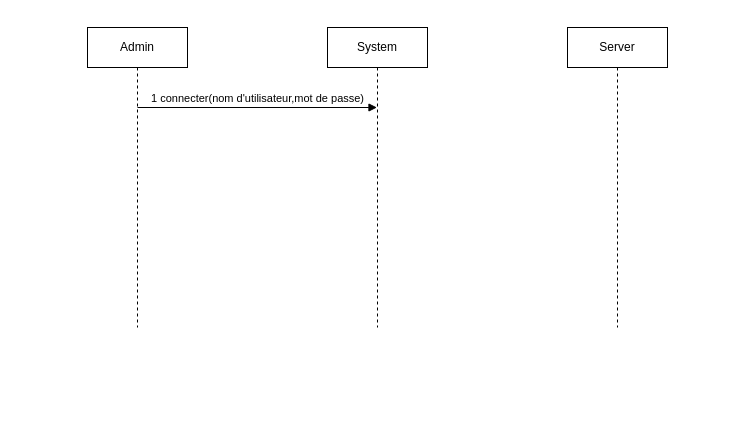
Earlier version of the draw.io diagram DiagramSequenceAuth2.drawio (hindCode/cnrst). Source tidied: cells renumbered, new cells numbered last; positions are measured from the earlier drawing's top-left corner, leaving out a move shared by most shapes. Both pictures are drawn from the tidied source at 100%, with x=0, y=0 at pixel (87, 27).
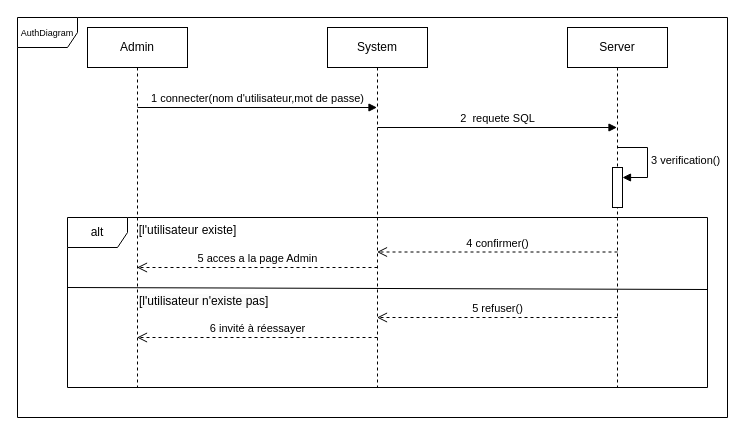
Above is the later version.

Diff of the diagram source:
```diff
@@
     <mxCell id="2" value="Admin" style="shape=umlLifeline;perimeter=lifelinePerimeter;whiteSpace=wrap;html=1;outlineConnect=0;portConstraint=eastwest;newEdgeStyle={&quot;edgeStyle&quot;:&quot;elbowEdgeStyle&quot;,&quot;elbow&quot;:&quot;vertical&quot;,&quot;curved&quot;:0,&quot;rounded&quot;:0};" parent="1" vertex="1">
-      <mxGeometry width="100" height="300" as="geometry" />
+      <mxGeometry width="100" height="360" as="geometry" />
     </mxCell>
     <mxCell id="3" value="System" style="shape=umlLifeline;perimeter=lifelinePerimeter;whiteSpace=wrap;html=1;outlineConnect=0;portConstraint=eastwest;newEdgeStyle={&quot;edgeStyle&quot;:&quot;elbowEdgeStyle&quot;,&quot;elbow&quot;:&quot;vertical&quot;,&quot;curved&quot;:0,&quot;rounded&quot;:0};" parent="1" vertex="1">
-      <mxGeometry x="240" width="100" height="300" as="geometry" />
+      <mxGeometry x="240" width="100" height="360" as="geometry" />
     </mxCell>
     <mxCell id="4" value="Server" style="shape=umlLifeline;perimeter=lifelinePerimeter;whiteSpace=wrap;html=1;outlineConnect=0;portConstraint=eastwest;newEdgeStyle={&quot;edgeStyle&quot;:&quot;elbowEdgeStyle&quot;,&quot;elbow&quot;:&quot;vertical&quot;,&quot;curved&quot;:0,&quot;rounded&quot;:0};" parent="1" vertex="1">
-      <mxGeometry x="480" width="100" height="300" as="geometry" />
+      <mxGeometry x="480" width="100" height="360" as="geometry" />
     </mxCell>
+    <mxCell id="6" style="html=1;perimeter=orthogonalPerimeter;targetShapes=umlLifeline;newEdgeStyle={&quot;curved&quot;:0,&quot;rounded&quot;:0};" parent="4" vertex="1">
+      <mxGeometry x="45" y="140" width="10" height="40" as="geometry" />
+    </mxCell>
@@
+    <mxCell id="7" value="2&amp;nbsp; requete SQL" style="html=1;verticalAlign=bottom;endArrow=block;curved=0;rounded=0;" parent="1" edge="1" target="4">
+      <mxGeometry relative="1" as="geometry">
+        <mxPoint x="290" y="100" as="sourcePoint" />
+      </mxGeometry>
+    </mxCell>
+    <mxCell id="8" value="3 verification()" style="html=1;align=left;spacingLeft=2;endArrow=block;rounded=0;edgeStyle=orthogonalEdgeStyle;curved=0;rounded=0;" parent="1" edge="1">
+      <mxGeometry relative="1" as="geometry">
+        <mxPoint x="530" y="120" as="sourcePoint" />
+        <mxPoint x="535" y="150" as="targetPoint" />
+        <Array as="points">
+          <mxPoint x="560" y="150" />
+        </Array>
+      </mxGeometry>
+    </mxCell>
+    <mxCell id="9" value="alt" style="shape=umlFrame;whiteSpace=wrap;html=1;" parent="1" vertex="1">
+      <mxGeometry x="-20" y="190" width="640" height="170" as="geometry" />
+    </mxCell>
+    <mxCell id="10" value="[l'utilisateur existe]" style="text;html=1;align=center;verticalAlign=middle;strokeColor=none;fillColor=none;" parent="1" vertex="1">
+      <mxGeometry x="40" y="188" width="120" height="30" as="geometry" />
+    </mxCell>
+    <mxCell id="11" value="4 confirmer()" style="html=1;verticalAlign=bottom;endArrow=open;dashed=1;endSize=8;curved=0;rounded=0;" parent="1" edge="1" target="3">
+      <mxGeometry relative="1" as="geometry">
+        <mxPoint x="530" y="224.5" as="sourcePoint" />
+      </mxGeometry>
+    </mxCell>
+    <mxCell id="12" value="5 acces a la page Admin" style="html=1;verticalAlign=bottom;endArrow=open;dashed=1;endSize=8;curved=0;rounded=0;" parent="1" edge="1" target="2">
+      <mxGeometry relative="1" as="geometry">
+        <mxPoint x="290" y="240" as="sourcePoint" />
+      </mxGeometry>
+    </mxCell>
+    <mxCell id="13" style="endArrow=none;html=1;rounded=0;entryX=1.003;entryY=0.537;entryDx=0;entryDy=0;entryPerimeter=0;" parent="1" edge="1">
+      <mxGeometry relative="1" as="geometry">
+        <mxPoint x="-20" y="260" as="sourcePoint" />
+        <mxPoint x="620" y="262" as="targetPoint" />
+      </mxGeometry>
+    </mxCell>
+    <mxCell id="14" value="&lt;span style=&quot;color: rgb(0, 0, 0); font-family: Helvetica; font-size: 12px; font-style: normal; font-variant-ligatures: normal; font-variant-caps: normal; font-weight: 400; letter-spacing: normal; orphans: 2; text-align: center; text-indent: 0px; text-transform: none; widows: 2; word-spacing: 0px; -webkit-text-stroke-width: 0px; white-space: nowrap; background-color: rgb(251, 251, 251); text-decoration-thickness: initial; text-decoration-style: initial; text-decoration-color: initial; display: inline !important; float: none;&quot;&gt;[l'utilisateur n'existe pas]&lt;/span&gt;" style="text;whiteSpace=wrap;html=1;" parent="1" vertex="1">
+      <mxGeometry x="50" y="260" width="130" height="10" as="geometry" />
+    </mxCell>
+    <mxCell id="15" value="5 refuser()" style="html=1;verticalAlign=bottom;endArrow=open;dashed=1;endSize=8;curved=0;rounded=0;" parent="1" edge="1" target="3">
+      <mxGeometry relative="1" as="geometry">
+        <mxPoint x="530" y="290" as="sourcePoint" />
+      </mxGeometry>
+    </mxCell>
+    <mxCell id="16" value="6&amp;nbsp;invité à réessayer" style="html=1;verticalAlign=bottom;endArrow=open;dashed=1;endSize=8;curved=0;rounded=0;" parent="1" edge="1" target="2">
+      <mxGeometry relative="1" as="geometry">
+        <mxPoint x="290" y="310" as="sourcePoint" />
+      </mxGeometry>
+    </mxCell>
+    <mxCell id="17" value="&lt;font style=&quot;font-size: 9px;&quot;&gt;AuthDiagram&lt;/font&gt;" style="shape=umlFrame;whiteSpace=wrap;html=1;" parent="1" vertex="1">
+      <mxGeometry x="-70" y="-10" width="710" height="400" as="geometry" />
+    </mxCell>
```
